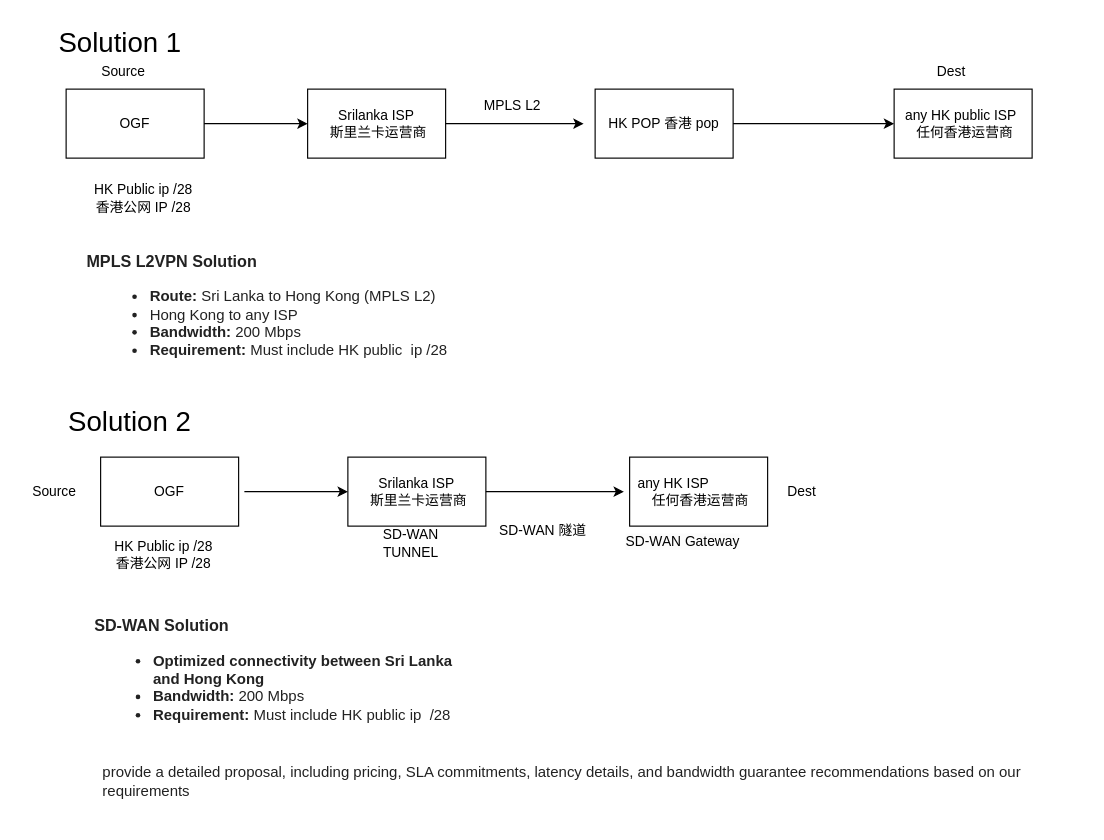
This is Untitled Diagram.drawio from hm567/hmwe-su, a draw.io file, before an edit. Source tidied: cells renumbered, new cells numbered last; positions are measured from the earlier drawing's top-left corner, leaving out a move shared by most shapes. Both pictures are drawn from the tidied source at 115%, with x=0, y=0 at pixel (20, 20).
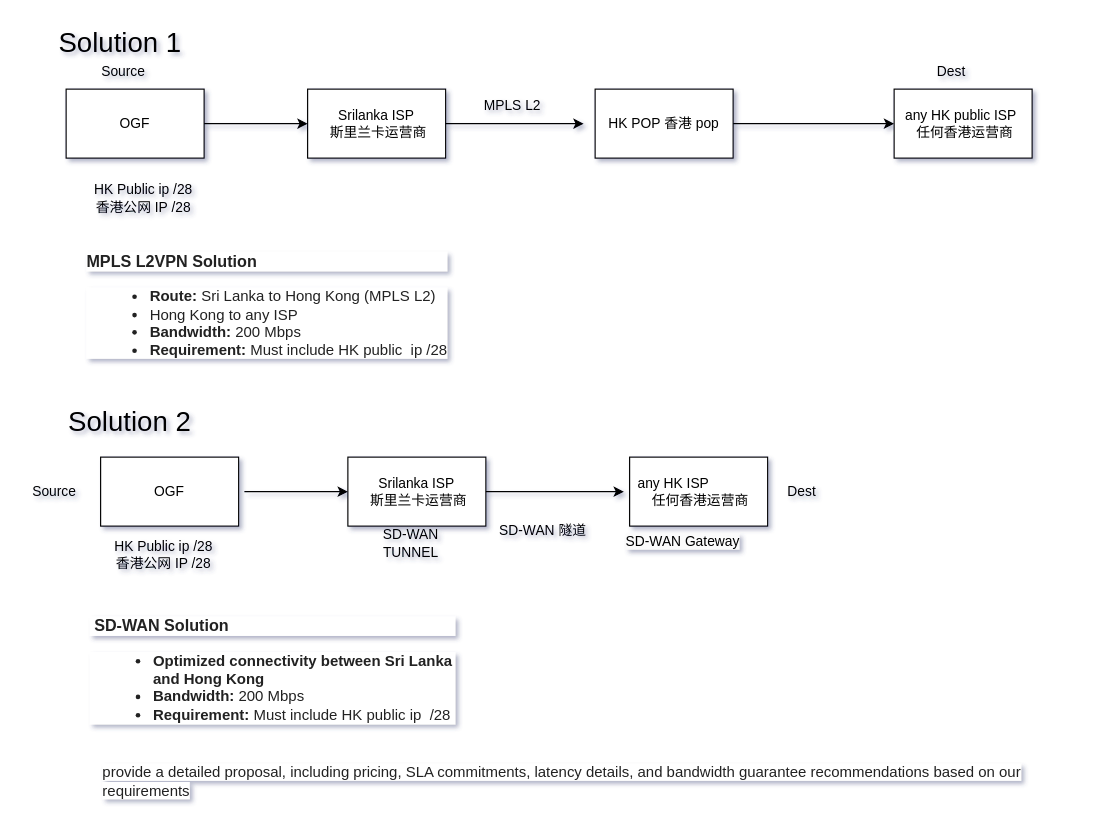
The same page after the edit.

Diff of the diagram source:
```diff
@@
-<mxGraphModel>
+<mxGraphModel background="#ffffff" shadow="1">
@@
-    <mxCell id="2" value="Srilanka ISP&lt;div&gt;&amp;nbsp;斯里兰卡运营商&lt;/div&gt;" style="rounded=0;whiteSpace=wrap;html=1;" parent="1" vertex="1">
+    <mxCell id="2" value="Srilanka ISP&lt;div&gt;&amp;nbsp;斯里兰卡运营商&lt;/div&gt;" style="rounded=0;whiteSpace=wrap;html=1;labelBackgroundColor=none;" parent="1" vertex="1">
       <mxGeometry x="250" y="60" width="120" height="60" as="geometry" />
     </mxCell>
-    <mxCell id="3" value="OGF" style="rounded=0;whiteSpace=wrap;html=1;" parent="1" vertex="1">
+    <mxCell id="3" value="OGF" style="rounded=0;whiteSpace=wrap;html=1;labelBackgroundColor=none;" parent="1" vertex="1">
       <mxGeometry x="40" y="60" width="120" height="60" as="geometry" />
     </mxCell>
-    <mxCell id="4" value="HK POP&amp;nbsp;香港 pop" style="rounded=0;whiteSpace=wrap;html=1;" parent="1" vertex="1">
+    <mxCell id="4" value="HK POP&amp;nbsp;香港 pop" style="rounded=0;whiteSpace=wrap;html=1;labelBackgroundColor=none;" parent="1" vertex="1">
       <mxGeometry x="500" y="60" width="120" height="60" as="geometry" />
     </mxCell>
-    <mxCell id="5" value="any HK public ISP&amp;nbsp; &amp;nbsp;任何香港运营商" style="rounded=0;whiteSpace=wrap;html=1;" parent="1" vertex="1">
+    <mxCell id="5" value="any HK public ISP&amp;nbsp; &amp;nbsp;任何香港运营商" style="rounded=0;whiteSpace=wrap;html=1;labelBackgroundColor=none;" parent="1" vertex="1">
       <mxGeometry x="760" y="60" width="120" height="60" as="geometry" />
     </mxCell>
-    <mxCell id="6" style="endArrow=classic;html=1;rounded=0;exitX=1;exitY=0.5;exitDx=0;exitDy=0;" parent="1" edge="1" source="2">
+    <mxCell id="6" style="endArrow=classic;html=1;rounded=0;exitX=1;exitY=0.5;exitDx=0;exitDy=0;labelBackgroundColor=none;fontColor=default;" parent="1" edge="1" source="2">
       <mxGeometry relative="1" as="geometry">
         <mxPoint x="490" y="90" as="targetPoint" />
       </mxGeometry>
     </mxCell>
-    <mxCell id="7" style="endArrow=classic;html=1;rounded=0;entryX=0;entryY=0.5;entryDx=0;entryDy=0;exitX=1;exitY=0.5;exitDx=0;exitDy=0;" parent="1" edge="1" source="4" target="5">
+    <mxCell id="7" style="endArrow=classic;html=1;rounded=0;entryX=0;entryY=0.5;entryDx=0;entryDy=0;exitX=1;exitY=0.5;exitDx=0;exitDy=0;labelBackgroundColor=none;fontColor=default;" parent="1" edge="1" source="4" target="5">
       <mxGeometry relative="1" as="geometry" />
     </mxCell>
-    <mxCell id="8" style="endArrow=classic;html=1;rounded=0;entryX=0;entryY=0.5;entryDx=0;entryDy=0;exitX=1;exitY=0.5;exitDx=0;exitDy=0;" parent="1" edge="1" source="3" target="2">
+    <mxCell id="8" style="endArrow=classic;html=1;rounded=0;entryX=0;entryY=0.5;entryDx=0;entryDy=0;exitX=1;exitY=0.5;exitDx=0;exitDy=0;labelBackgroundColor=none;fontColor=default;" parent="1" edge="1" source="3" target="2">
       <mxGeometry relative="1" as="geometry" />
     </mxCell>
-    <mxCell id="9" value="&lt;font style=&quot;font-size: 24px;&quot;&gt;Solution 1&amp;nbsp;&lt;/font&gt;" style="text;html=1;align=center;verticalAlign=middle;strokeColor=none;fillColor=none;" parent="1" vertex="1">
+    <mxCell id="9" value="&lt;font style=&quot;font-size: 24px;&quot;&gt;Solution 1&amp;nbsp;&lt;/font&gt;" style="text;html=1;align=center;verticalAlign=middle;strokeColor=none;fillColor=none;labelBackgroundColor=none;" parent="1" vertex="1">
       <mxGeometry x="20" width="140" height="40" as="geometry" />
     </mxCell>
-    <mxCell id="10" value="MPLS L2&amp;nbsp;" style="text;html=1;align=center;verticalAlign=middle;whiteSpace=wrap;rounded=0;" parent="1" vertex="1">
+    <mxCell id="10" value="MPLS L2&amp;nbsp;" style="text;html=1;align=center;verticalAlign=middle;whiteSpace=wrap;rounded=0;labelBackgroundColor=none;" parent="1" vertex="1">
       <mxGeometry x="400" y="60" width="60" height="30" as="geometry" />
     </mxCell>
-    <mxCell id="11" value="HK Public ip /28&lt;div&gt;香港公网 IP /28&lt;/div&gt;" style="text;html=1;align=center;verticalAlign=middle;whiteSpace=wrap;rounded=0;" parent="1" vertex="1">
+    <mxCell id="11" value="HK Public ip /28&lt;div&gt;香港公网 IP /28&lt;/div&gt;" style="text;html=1;align=center;verticalAlign=middle;whiteSpace=wrap;rounded=0;labelBackgroundColor=none;" parent="1" vertex="1">
       <mxGeometry x="25" y="130" width="165" height="50" as="geometry" />
     </mxCell>
-    <mxCell id="12" value="&#10;&lt;h3 style=&quot;color: rgb(34, 34, 34); font-family: Arial, Helvetica, sans-serif; font-style: normal; font-variant-ligatures: normal; font-variant-caps: normal; letter-spacing: normal; orphans: 2; text-align: start; text-indent: 0px; text-transform: none; widows: 2; word-spacing: 0px; -webkit-text-stroke-width: 0px; white-space: normal; background-color: rgb(255, 255, 255); text-decoration-thickness: initial; text-decoration-style: initial; text-decoration-color: initial;&quot;&gt;&lt;strong&gt;MPLS L2VPN Solution&lt;/strong&gt;&lt;/h3&gt;&lt;ul style=&quot;color: rgb(34, 34, 34); font-family: Arial, Helvetica, sans-serif; font-size: small; font-style: normal; font-variant-ligatures: normal; font-variant-caps: normal; font-weight: 400; letter-spacing: normal; orphans: 2; text-align: start; text-indent: 0px; text-transform: none; widows: 2; word-spacing: 0px; -webkit-text-stroke-width: 0px; white-space: normal; background-color: rgb(255, 255, 255); text-decoration-thickness: initial; text-decoration-style: initial; text-decoration-color: initial;&quot;&gt;&lt;li style=&quot;margin-left: 15px;&quot;&gt;&lt;strong&gt;Route:&lt;/strong&gt;&lt;span&gt;&amp;nbsp;&lt;/span&gt;Sri Lanka to Hong Kong (MPLS L2)&lt;/li&gt;&lt;li style=&quot;margin-left: 15px;&quot;&gt;Hong Kong to any ISP&lt;/li&gt;&lt;li style=&quot;margin-left: 15px;&quot;&gt;&lt;strong&gt;Bandwidth:&lt;/strong&gt;&lt;span&gt;&amp;nbsp;&lt;/span&gt;200 Mbps&lt;/li&gt;&lt;li style=&quot;margin-left: 15px;&quot;&gt;&lt;strong&gt;Requirement:&lt;/strong&gt;&lt;span&gt;&amp;nbsp;&lt;/span&gt;Must include HK public&amp;nbsp; ip /28&lt;/li&gt;&lt;/ul&gt;&#10;&#10;" style="text;html=1;align=center;verticalAlign=middle;whiteSpace=wrap;rounded=0;" parent="1" vertex="1">
+    <mxCell id="12" value="&#10;&lt;h3 style=&quot;color: rgb(34, 34, 34); font-family: Arial, Helvetica, sans-serif; font-style: normal; font-variant-ligatures: normal; font-variant-caps: normal; letter-spacing: normal; orphans: 2; text-align: start; text-indent: 0px; text-transform: none; widows: 2; word-spacing: 0px; -webkit-text-stroke-width: 0px; white-space: normal; background-color: rgb(255, 255, 255); text-decoration-thickness: initial; text-decoration-style: initial; text-decoration-color: initial;&quot;&gt;&lt;strong&gt;MPLS L2VPN Solution&lt;/strong&gt;&lt;/h3&gt;&lt;ul style=&quot;color: rgb(34, 34, 34); font-family: Arial, Helvetica, sans-serif; font-size: small; font-style: normal; font-variant-ligatures: normal; font-variant-caps: normal; font-weight: 400; letter-spacing: normal; orphans: 2; text-align: start; text-indent: 0px; text-transform: none; widows: 2; word-spacing: 0px; -webkit-text-stroke-width: 0px; white-space: normal; background-color: rgb(255, 255, 255); text-decoration-thickness: initial; text-decoration-style: initial; text-decoration-color: initial;&quot;&gt;&lt;li style=&quot;margin-left: 15px;&quot;&gt;&lt;strong&gt;Route:&lt;/strong&gt;&lt;span&gt;&amp;nbsp;&lt;/span&gt;Sri Lanka to Hong Kong (MPLS L2)&lt;/li&gt;&lt;li style=&quot;margin-left: 15px;&quot;&gt;Hong Kong to any ISP&lt;/li&gt;&lt;li style=&quot;margin-left: 15px;&quot;&gt;&lt;strong&gt;Bandwidth:&lt;/strong&gt;&lt;span&gt;&amp;nbsp;&lt;/span&gt;200 Mbps&lt;/li&gt;&lt;li style=&quot;margin-left: 15px;&quot;&gt;&lt;strong&gt;Requirement:&lt;/strong&gt;&lt;span&gt;&amp;nbsp;&lt;/span&gt;Must include HK public&amp;nbsp; ip /28&lt;/li&gt;&lt;/ul&gt;&#10;&#10;" style="text;html=1;align=center;verticalAlign=middle;whiteSpace=wrap;rounded=0;labelBackgroundColor=none;" parent="1" vertex="1">
       <mxGeometry x="40" y="190" width="350" height="130" as="geometry" />
     </mxCell>
-    <mxCell id="13" value="&lt;font style=&quot;font-size: 24px;&quot;&gt;Solution 2&lt;/font&gt;" style="text;html=1;align=center;verticalAlign=middle;strokeColor=none;fillColor=none;" parent="1" vertex="1">
+    <mxCell id="13" value="&lt;font style=&quot;font-size: 24px;&quot;&gt;Solution 2&lt;/font&gt;" style="text;html=1;align=center;verticalAlign=middle;strokeColor=none;fillColor=none;labelBackgroundColor=none;" parent="1" vertex="1">
       <mxGeometry x="30" y="330" width="130" height="40" as="geometry" />
     </mxCell>
-    <mxCell id="14" value="Srilanka ISP&lt;div&gt;&amp;nbsp;斯里兰卡运营商&lt;/div&gt;" style="rounded=0;whiteSpace=wrap;html=1;" parent="1" vertex="1">
+    <mxCell id="14" value="Srilanka ISP&lt;div&gt;&amp;nbsp;斯里兰卡运营商&lt;/div&gt;" style="rounded=0;whiteSpace=wrap;html=1;labelBackgroundColor=none;" parent="1" vertex="1">
       <mxGeometry x="285" y="380" width="120" height="60" as="geometry" />
     </mxCell>
-    <mxCell id="15" value="any HK ISP&amp;nbsp; &amp;nbsp; &amp;nbsp; &amp;nbsp; &amp;nbsp; &amp;nbsp; &amp;nbsp; &amp;nbsp;任何香港运营商" style="rounded=0;whiteSpace=wrap;html=1;" parent="1" vertex="1">
+    <mxCell id="15" value="any HK ISP&amp;nbsp; &amp;nbsp; &amp;nbsp; &amp;nbsp; &amp;nbsp; &amp;nbsp; &amp;nbsp; &amp;nbsp;任何香港运营商" style="rounded=0;whiteSpace=wrap;html=1;labelBackgroundColor=none;" parent="1" vertex="1">
       <mxGeometry x="530" y="380" width="120" height="60" as="geometry" />
     </mxCell>
-    <mxCell id="16" style="endArrow=classic;html=1;rounded=0;exitX=1;exitY=0.5;exitDx=0;exitDy=0;" parent="1" edge="1" source="14">
+    <mxCell id="16" style="endArrow=classic;html=1;rounded=0;exitX=1;exitY=0.5;exitDx=0;exitDy=0;labelBackgroundColor=none;fontColor=default;" parent="1" edge="1" source="14">
       <mxGeometry relative="1" as="geometry">
         <mxPoint x="525" y="410" as="targetPoint" />
       </mxGeometry>
     </mxCell>
-    <mxCell id="17" style="endArrow=classic;html=1;rounded=0;entryX=0;entryY=0.5;entryDx=0;entryDy=0;exitX=1;exitY=0.5;exitDx=0;exitDy=0;" parent="1" edge="1" target="14">
+    <mxCell id="17" style="endArrow=classic;html=1;rounded=0;entryX=0;entryY=0.5;entryDx=0;entryDy=0;exitX=1;exitY=0.5;exitDx=0;exitDy=0;labelBackgroundColor=none;fontColor=default;" parent="1" edge="1" target="14">
       <mxGeometry relative="1" as="geometry">
         <mxPoint x="195" y="410" as="sourcePoint" />
       </mxGeometry>
     </mxCell>
-    <mxCell id="18" value="OGF" style="rounded=0;whiteSpace=wrap;html=1;" parent="1" vertex="1">
+    <mxCell id="18" value="OGF" style="rounded=0;whiteSpace=wrap;html=1;labelBackgroundColor=none;" parent="1" vertex="1">
       <mxGeometry x="70" y="380" width="120" height="60" as="geometry" />
     </mxCell>
-    <mxCell id="19" value="HK Public ip /28&lt;div&gt;香港公网 IP /28&lt;/div&gt;" style="text;html=1;align=center;verticalAlign=middle;whiteSpace=wrap;rounded=0;" parent="1" vertex="1">
+    <mxCell id="19" value="HK Public ip /28&lt;div&gt;香港公网 IP /28&lt;/div&gt;" style="text;html=1;align=center;verticalAlign=middle;whiteSpace=wrap;rounded=0;labelBackgroundColor=none;" parent="1" vertex="1">
       <mxGeometry x="70" y="450" width="110" height="30" as="geometry" />
     </mxCell>
-    <mxCell id="20" value="SD-WAN TUNNEL" style="text;html=1;align=center;verticalAlign=middle;whiteSpace=wrap;rounded=0;" parent="1" vertex="1">
+    <mxCell id="20" value="SD-WAN TUNNEL" style="text;html=1;align=center;verticalAlign=middle;whiteSpace=wrap;rounded=0;labelBackgroundColor=none;" parent="1" vertex="1">
       <mxGeometry x="310" y="440" width="60" height="30" as="geometry" />
     </mxCell>
-    <mxCell id="21" value="&lt;span style=&quot;color: rgb(0, 0, 0); font-family: Helvetica; font-size: 12px; font-style: normal; font-variant-ligatures: normal; font-variant-caps: normal; font-weight: 400; letter-spacing: normal; orphans: 2; text-align: center; text-indent: 0px; text-transform: none; widows: 2; word-spacing: 0px; -webkit-text-stroke-width: 0px; white-space: normal; background-color: rgb(251, 251, 251); text-decoration-thickness: initial; text-decoration-style: initial; text-decoration-color: initial; float: none; display: inline !important;&quot;&gt;SD-WAN Gateway&lt;/span&gt;" style="text;whiteSpace=wrap;html=1;" parent="1" vertex="1">
+    <mxCell id="21" value="&lt;span style=&quot;color: rgb(0, 0, 0); font-family: Helvetica; font-size: 12px; font-style: normal; font-variant-ligatures: normal; font-variant-caps: normal; font-weight: 400; letter-spacing: normal; orphans: 2; text-align: center; text-indent: 0px; text-transform: none; widows: 2; word-spacing: 0px; -webkit-text-stroke-width: 0px; white-space: normal; background-color: rgb(251, 251, 251); text-decoration-thickness: initial; text-decoration-style: initial; text-decoration-color: initial; float: none; display: inline !important;&quot;&gt;SD-WAN Gateway&lt;/span&gt;" style="text;whiteSpace=wrap;html=1;labelBackgroundColor=none;" parent="1" vertex="1">
       <mxGeometry x="525" y="440" width="130" height="35" as="geometry" />
     </mxCell>
-    <mxCell id="22" value="&lt;h3 style=&quot;color: rgb(34, 34, 34); font-family: Arial, Helvetica, sans-serif; text-align: start; background-color: rgb(255, 255, 255);&quot;&gt;&lt;strong&gt;&amp;nbsp;SD-WAN Solution&lt;/strong&gt;&lt;/h3&gt;&lt;ul style=&quot;color: rgb(34, 34, 34); font-family: Arial, Helvetica, sans-serif; font-size: small; text-align: start; background-color: rgb(255, 255, 255);&quot;&gt;&lt;li style=&quot;margin-left: 15px;&quot;&gt;&lt;strong&gt;Optimized connectivity between Sri Lanka and Hong Kong&lt;/strong&gt;&lt;/li&gt;&lt;li style=&quot;margin-left: 15px;&quot;&gt;&lt;strong&gt;Bandwidth:&lt;/strong&gt;&amp;nbsp;200 Mbps&lt;/li&gt;&lt;li style=&quot;margin-left: 15px;&quot;&gt;&lt;strong&gt;Requirement:&lt;/strong&gt;&amp;nbsp;Must include HK public ip&amp;nbsp; /28&lt;/li&gt;&lt;/ul&gt;" style="text;html=1;align=center;verticalAlign=middle;whiteSpace=wrap;rounded=0;" parent="1" vertex="1">
+    <mxCell id="22" value="&lt;h3 style=&quot;color: rgb(34, 34, 34); font-family: Arial, Helvetica, sans-serif; text-align: start; background-color: rgb(255, 255, 255);&quot;&gt;&lt;strong&gt;&amp;nbsp;SD-WAN Solution&lt;/strong&gt;&lt;/h3&gt;&lt;ul style=&quot;color: rgb(34, 34, 34); font-family: Arial, Helvetica, sans-serif; font-size: small; text-align: start; background-color: rgb(255, 255, 255);&quot;&gt;&lt;li style=&quot;margin-left: 15px;&quot;&gt;&lt;strong&gt;Optimized connectivity between Sri Lanka and Hong Kong&lt;/strong&gt;&lt;/li&gt;&lt;li style=&quot;margin-left: 15px;&quot;&gt;&lt;strong&gt;Bandwidth:&lt;/strong&gt;&amp;nbsp;200 Mbps&lt;/li&gt;&lt;li style=&quot;margin-left: 15px;&quot;&gt;&lt;strong&gt;Requirement:&lt;/strong&gt;&amp;nbsp;Must include HK public ip&amp;nbsp; /28&lt;/li&gt;&lt;/ul&gt;" style="text;html=1;align=center;verticalAlign=middle;whiteSpace=wrap;rounded=0;labelBackgroundColor=none;" parent="1" vertex="1">
       <mxGeometry x="60" y="480" width="320" height="170" as="geometry" />
     </mxCell>
-    <mxCell id="23" value="SD-WAN 隧道" style="text;whiteSpace=wrap;html=1;" parent="1" vertex="1">
+    <mxCell id="23" value="SD-WAN 隧道" style="text;whiteSpace=wrap;html=1;labelBackgroundColor=none;" parent="1" vertex="1">
       <mxGeometry x="415" y="430" width="110" height="40" as="geometry" />
     </mxCell>
-    <mxCell id="24" value="&lt;span style=&quot;color: rgb(34, 34, 34); font-family: Arial, Helvetica, sans-serif; font-size: small; font-style: normal; font-variant-ligatures: normal; font-variant-caps: normal; font-weight: 400; letter-spacing: normal; orphans: 2; text-align: start; text-indent: 0px; text-transform: none; widows: 2; word-spacing: 0px; -webkit-text-stroke-width: 0px; white-space: normal; background-color: rgb(255, 255, 255); text-decoration-thickness: initial; text-decoration-style: initial; text-decoration-color: initial; display: inline !important; float: none;&quot;&gt;provide a detailed proposal, including pricing, SLA commitments, latency details, and bandwidth guarantee recommendations based on our requirements&lt;/span&gt;" style="text;whiteSpace=wrap;html=1;" parent="1" vertex="1">
+    <mxCell id="24" value="&lt;span style=&quot;color: rgb(34, 34, 34); font-family: Arial, Helvetica, sans-serif; font-size: small; font-style: normal; font-variant-ligatures: normal; font-variant-caps: normal; font-weight: 400; letter-spacing: normal; orphans: 2; text-align: start; text-indent: 0px; text-transform: none; widows: 2; word-spacing: 0px; -webkit-text-stroke-width: 0px; white-space: normal; background-color: rgb(255, 255, 255); text-decoration-thickness: initial; text-decoration-style: initial; text-decoration-color: initial; display: inline !important; float: none;&quot;&gt;provide a detailed proposal, including pricing, SLA commitments, latency details, and bandwidth guarantee recommendations based on our requirements&lt;/span&gt;" style="text;whiteSpace=wrap;html=1;labelBackgroundColor=none;" parent="1" vertex="1">
       <mxGeometry x="70" y="640" width="850" height="50" as="geometry" />
     </mxCell>
-    <mxCell id="25" value="Source" style="text;html=1;align=center;verticalAlign=middle;whiteSpace=wrap;rounded=0;" parent="1" vertex="1">
+    <mxCell id="25" value="Source" style="text;html=1;align=center;verticalAlign=middle;whiteSpace=wrap;rounded=0;labelBackgroundColor=none;" parent="1" vertex="1">
       <mxGeometry x="60" y="30" width="60" height="30" as="geometry" />
     </mxCell>
-    <mxCell id="26" value="Dest" style="text;html=1;align=center;verticalAlign=middle;whiteSpace=wrap;rounded=0;" parent="1" vertex="1">
+    <mxCell id="26" value="Dest" style="text;html=1;align=center;verticalAlign=middle;whiteSpace=wrap;rounded=0;labelBackgroundColor=none;" parent="1" vertex="1">
       <mxGeometry x="780" y="30" width="60" height="30" as="geometry" />
     </mxCell>
-    <mxCell id="27" value="Source" style="text;html=1;align=center;verticalAlign=middle;whiteSpace=wrap;rounded=0;" parent="1" vertex="1">
+    <mxCell id="27" value="Source" style="text;html=1;align=center;verticalAlign=middle;whiteSpace=wrap;rounded=0;labelBackgroundColor=none;" parent="1" vertex="1">
       <mxGeometry y="395" width="60" height="30" as="geometry" />
     </mxCell>
-    <mxCell id="28" value="Dest" style="text;html=1;align=center;verticalAlign=middle;whiteSpace=wrap;rounded=0;" parent="1" vertex="1">
+    <mxCell id="28" value="Dest" style="text;html=1;align=center;verticalAlign=middle;whiteSpace=wrap;rounded=0;labelBackgroundColor=none;" parent="1" vertex="1">
       <mxGeometry x="650" y="395" width="60" height="30" as="geometry" />
     </mxCell>
```
